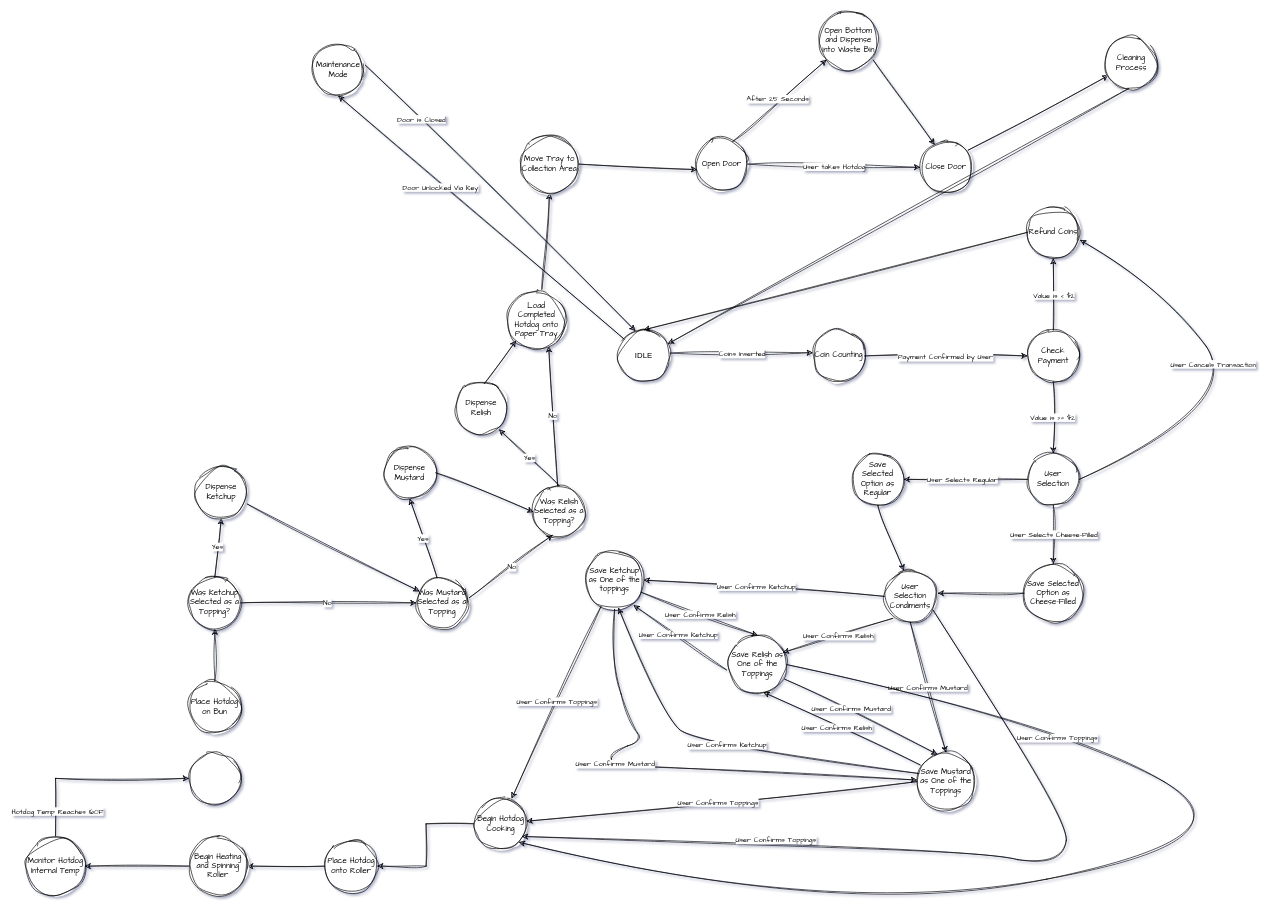
Earlier version of the draw.io diagram Untitled Diagram.drawio (Hepodon/22204Phoenix). Source tidied: cells renumbered, new cells numbered last; positions are measured from the earlier drawing's top-left corner, leaving out a move shared by most shapes. Both pictures are drawn from the tidied source at 65%, with x=0, y=0 at pixel (26, 11).
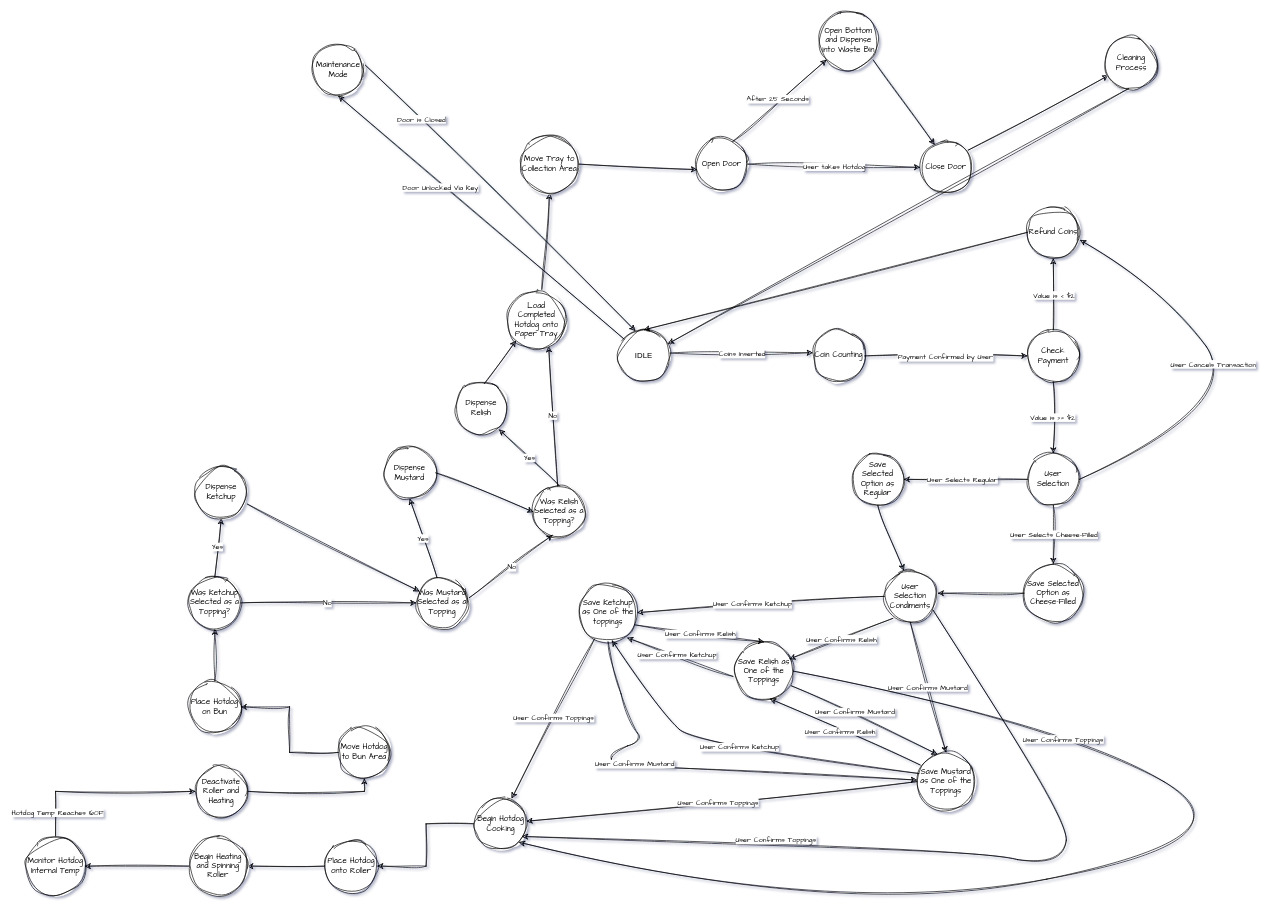
The same diagram, later.

Unchanged cells that the change refers to:
```xml
<mxCell id="41" value="Place Hotdog on Bun" style="ellipse;whiteSpace=wrap;html=1;hachureGap=4;fontFamily=Architects Daughter;sketch=1;curveFitting=1;jiggle=2;" parent="1" vertex="1">
  <mxGeometry x="250" y="1030" width="80" height="80" as="geometry" />
</mxCell>
```

What changed in the source:
```diff
@@
     <mxCell id="32" value="Save Ketchup as One of the toppings" style="ellipse;whiteSpace=wrap;html=1;hachureGap=4;fontFamily=Architects Daughter;sketch=1;curveFitting=1;jiggle=2;" parent="1" vertex="1">
-      <mxGeometry x="860" y="830" width="90" height="90" as="geometry" />
+      <mxGeometry x="850" y="880" width="90" height="90" as="geometry" />
     </mxCell>
@@
     <mxCell id="58" value="Save Relish as One of the Toppings" style="ellipse;whiteSpace=wrap;html=1;hachureGap=4;fontFamily=Architects Daughter;sketch=1;curveFitting=1;jiggle=2;" parent="1" vertex="1">
-      <mxGeometry x="1080" y="960" width="90" height="90" as="geometry" />
+      <mxGeometry x="1090" y="970" width="90" height="90" as="geometry" />
     </mxCell>
@@
+    <mxCell id="109" style="edgeStyle=orthogonalEdgeStyle;rounded=0;sketch=1;hachureGap=4;jiggle=2;curveFitting=1;jettySize=auto;html=1;exitX=1;exitY=0.5;exitDx=0;exitDy=0;entryX=0.5;entryY=1;entryDx=0;entryDy=0;fontFamily=Architects Daughter;" parent="1" edge="1" source="108" target="111">
+      <mxGeometry relative="1" as="geometry" />
+    </mxCell>
-    <mxCell id="108" style="ellipse;whiteSpace=wrap;html=1;sketch=1;hachureGap=4;jiggle=2;curveFitting=1;fontFamily=Architects Daughter;" parent="1" vertex="1">
-      <mxGeometry x="250" y="1140" width="80" height="80" as="geometry" />
+    <mxCell id="108" value="Deactivate Roller and Heating" style="ellipse;whiteSpace=wrap;html=1;sketch=1;hachureGap=4;jiggle=2;curveFitting=1;fontFamily=Architects Daughter;" parent="1" vertex="1">
+      <mxGeometry x="260" y="1160" width="80" height="80" as="geometry" />
     </mxCell>
+    <mxCell id="110" style="edgeStyle=orthogonalEdgeStyle;rounded=0;sketch=1;hachureGap=4;jiggle=2;curveFitting=1;jettySize=auto;html=1;exitX=0;exitY=0.5;exitDx=0;exitDy=0;entryX=1;entryY=0.5;entryDx=0;entryDy=0;fontFamily=Architects Daughter;" parent="1" edge="1" source="111" target="41">
+      <mxGeometry relative="1" as="geometry" />
+    </mxCell>
+    <mxCell id="111" value="Move Hotdog to Bun Area" style="ellipse;whiteSpace=wrap;html=1;sketch=1;hachureGap=4;jiggle=2;curveFitting=1;fontFamily=Architects Daughter;" parent="1" vertex="1">
+      <mxGeometry x="480" y="1100" width="80" height="80" as="geometry" />
+    </mxCell>
```
